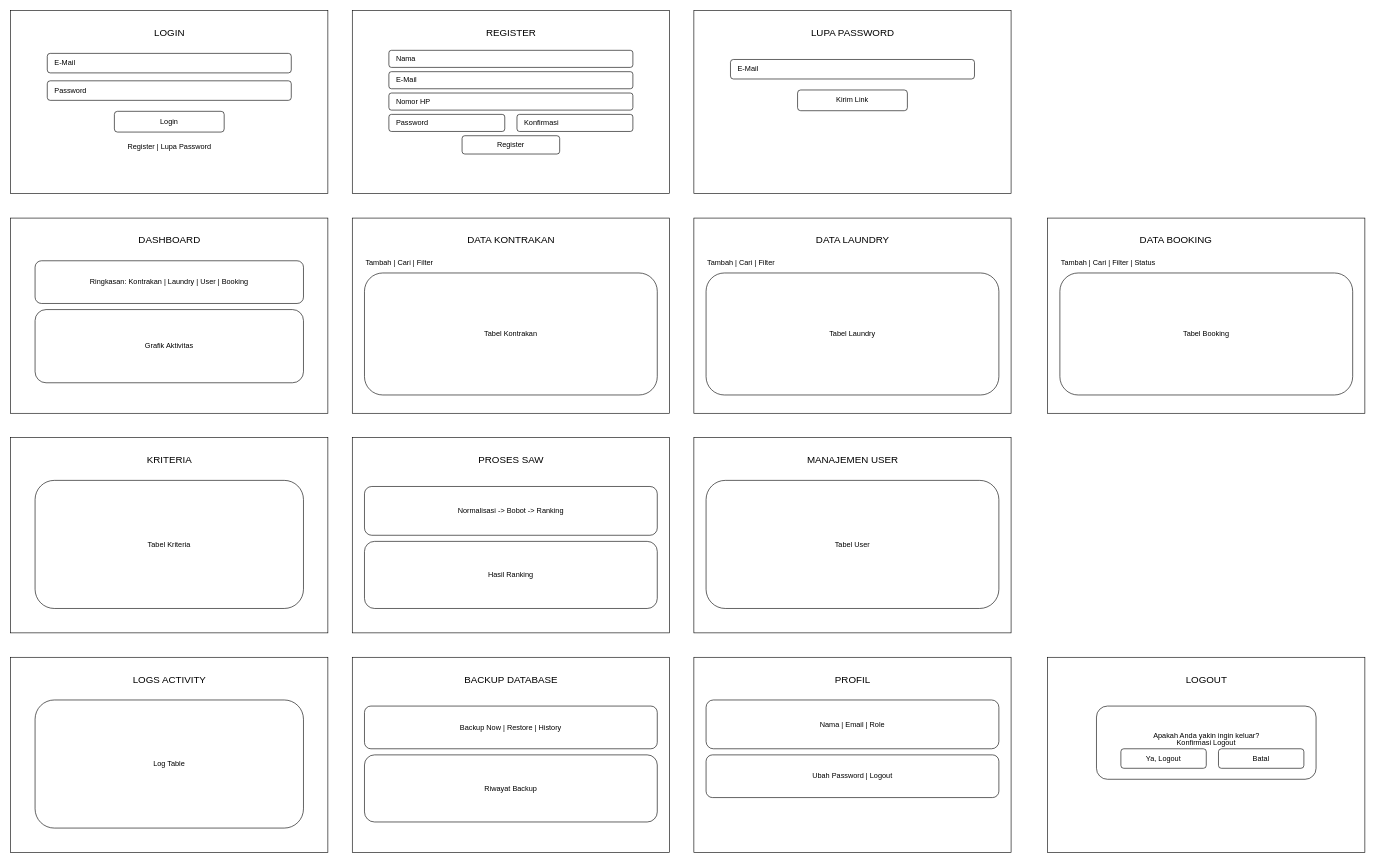
Earlier version of the draw.io diagram spk_kontrakan/super_admin_mokup.drawio (Mickosamawakaffa/TA-spk). Source tidied: cells renumbered, new cells numbered last; positions are measured from the earlier drawing's top-left corner, leaving out a move shared by most shapes. Both pictures are drawn from the tidied source at 61%, with x=0, y=0 at pixel (10, 10).
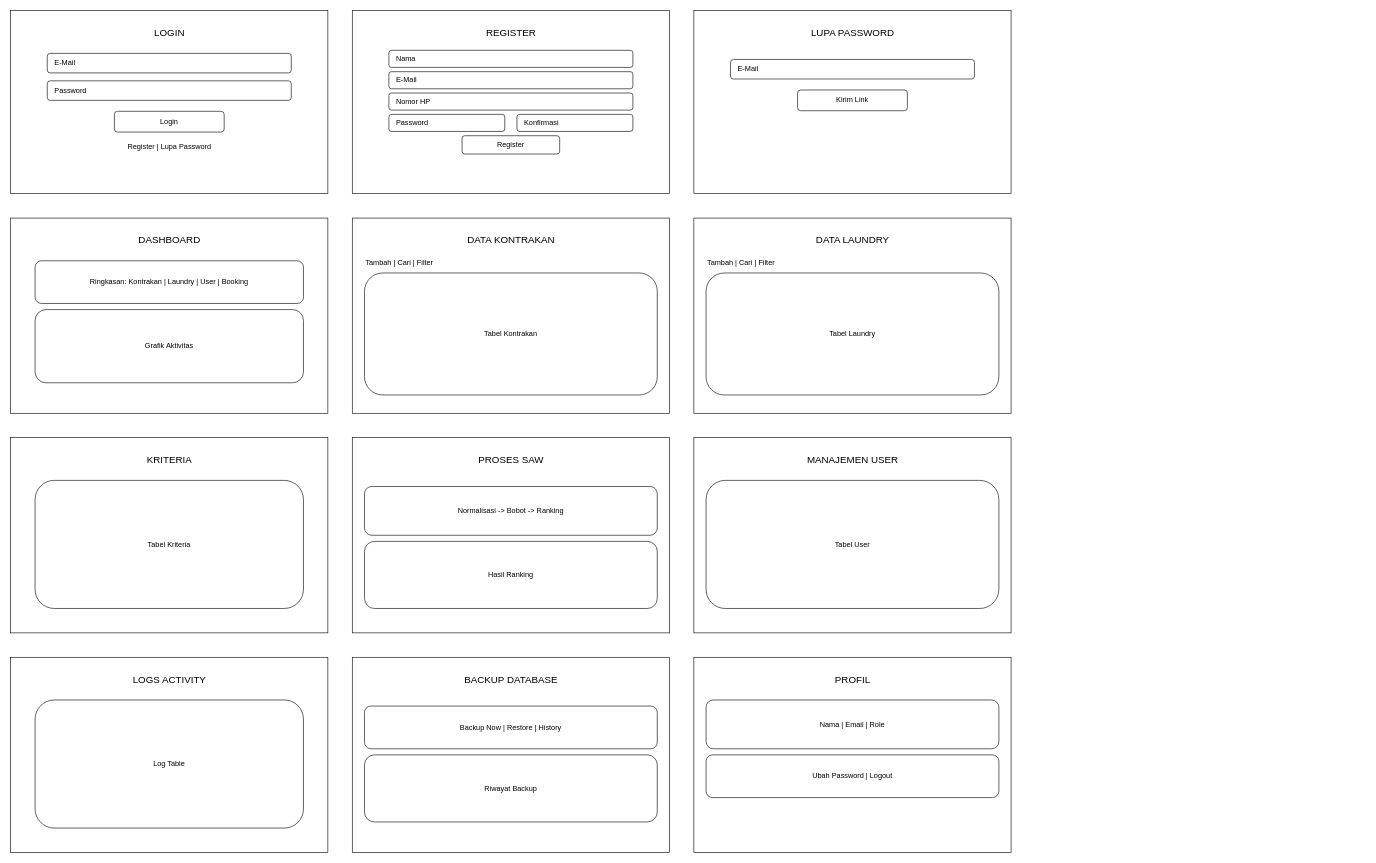
After the change.

What changed in the source:
```diff
@@
-    <mxCell id="32" style="rounded=0;whiteSpace=wrap;html=1;strokeColor=#000000;fillColor=#FFFFFF;" parent="1" vertex="1">
-      <mxGeometry x="1700" y="340" width="520" height="320" as="geometry" />
-    </mxCell>
-    <mxCell id="33" value="DATA BOOKING" style="text;html=1;strokeColor=none;fillColor=none;align=center;fontSize=16;fontColor=#000000;" parent="1" vertex="1">
-      <mxGeometry x="1670" y="360" width="480" height="30" as="geometry" />
-    </mxCell>
-    <mxCell id="34" value="Tambah | Cari | Filter | Status" style="text;html=1;strokeColor=none;fillColor=none;align=left;fontSize=12;fontColor=#000000;" parent="1" vertex="1">
-      <mxGeometry x="1720" y="400" width="480" height="20" as="geometry" />
-    </mxCell>
-    <mxCell id="35" value="Tabel Booking" style="rounded=1;whiteSpace=wrap;html=1;strokeColor=#000000;fillColor=#FFFFFF;align=center;" parent="1" vertex="1">
-      <mxGeometry x="1720" y="430" width="480" height="200" as="geometry" />
-    </mxCell>
@@
-    <mxCell id="57" style="rounded=0;whiteSpace=wrap;html=1;strokeColor=#000000;fillColor=#FFFFFF;" parent="1" vertex="1">
-      <mxGeometry x="1700" y="1060" width="520" height="320" as="geometry" />
-    </mxCell>
-    <mxCell id="58" value="LOGOUT" style="text;html=1;strokeColor=none;fillColor=none;align=center;fontSize=16;fontColor=#000000;" parent="1" vertex="1">
-      <mxGeometry x="1720" y="1080" width="480" height="30" as="geometry" />
-    </mxCell>
-    <mxCell id="59" value="Konfirmasi Logout" style="rounded=1;whiteSpace=wrap;html=1;strokeColor=#000000;fillColor=#FFFFFF;align=center;" parent="1" vertex="1">
-      <mxGeometry x="1780" y="1140" width="360" height="120" as="geometry" />
-    </mxCell>
-    <mxCell id="60" value="Apakah Anda yakin ingin keluar?" style="text;html=1;strokeColor=none;fillColor=none;align=center;fontSize=12;fontColor=#000000;" parent="1" vertex="1">
-      <mxGeometry x="1780" y="1175" width="360" height="20" as="geometry" />
-    </mxCell>
-    <mxCell id="61" value="Ya, Logout" style="rounded=1;whiteSpace=wrap;html=1;strokeColor=#000000;fillColor=#FFFFFF;align=center;" parent="1" vertex="1">
-      <mxGeometry x="1820" y="1210" width="140" height="32" as="geometry" />
-    </mxCell>
-    <mxCell id="62" value="Batal" style="rounded=1;whiteSpace=wrap;html=1;strokeColor=#000000;fillColor=#FFFFFF;align=center;" parent="1" vertex="1">
-      <mxGeometry x="1980" y="1210" width="140" height="32" as="geometry" />
-    </mxCell>
```
